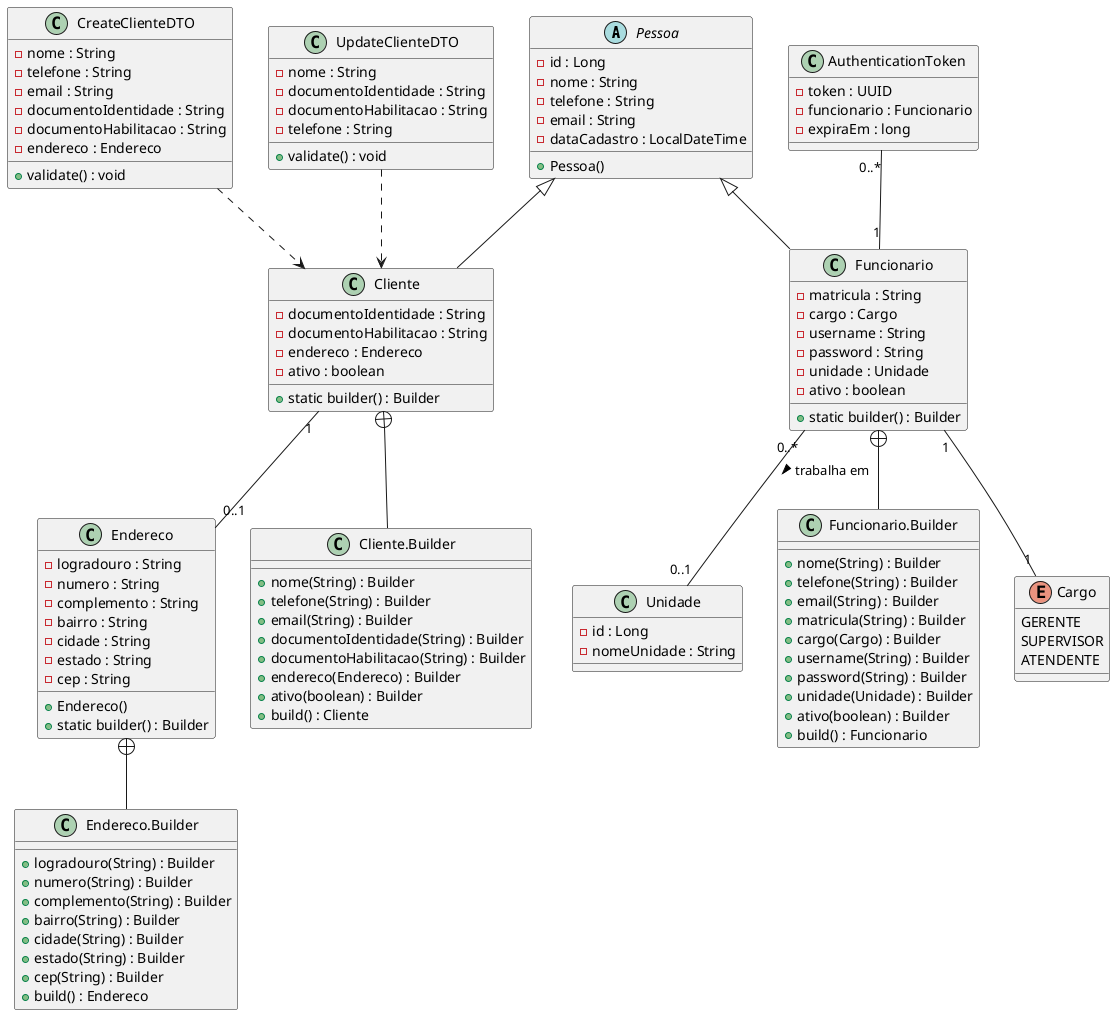
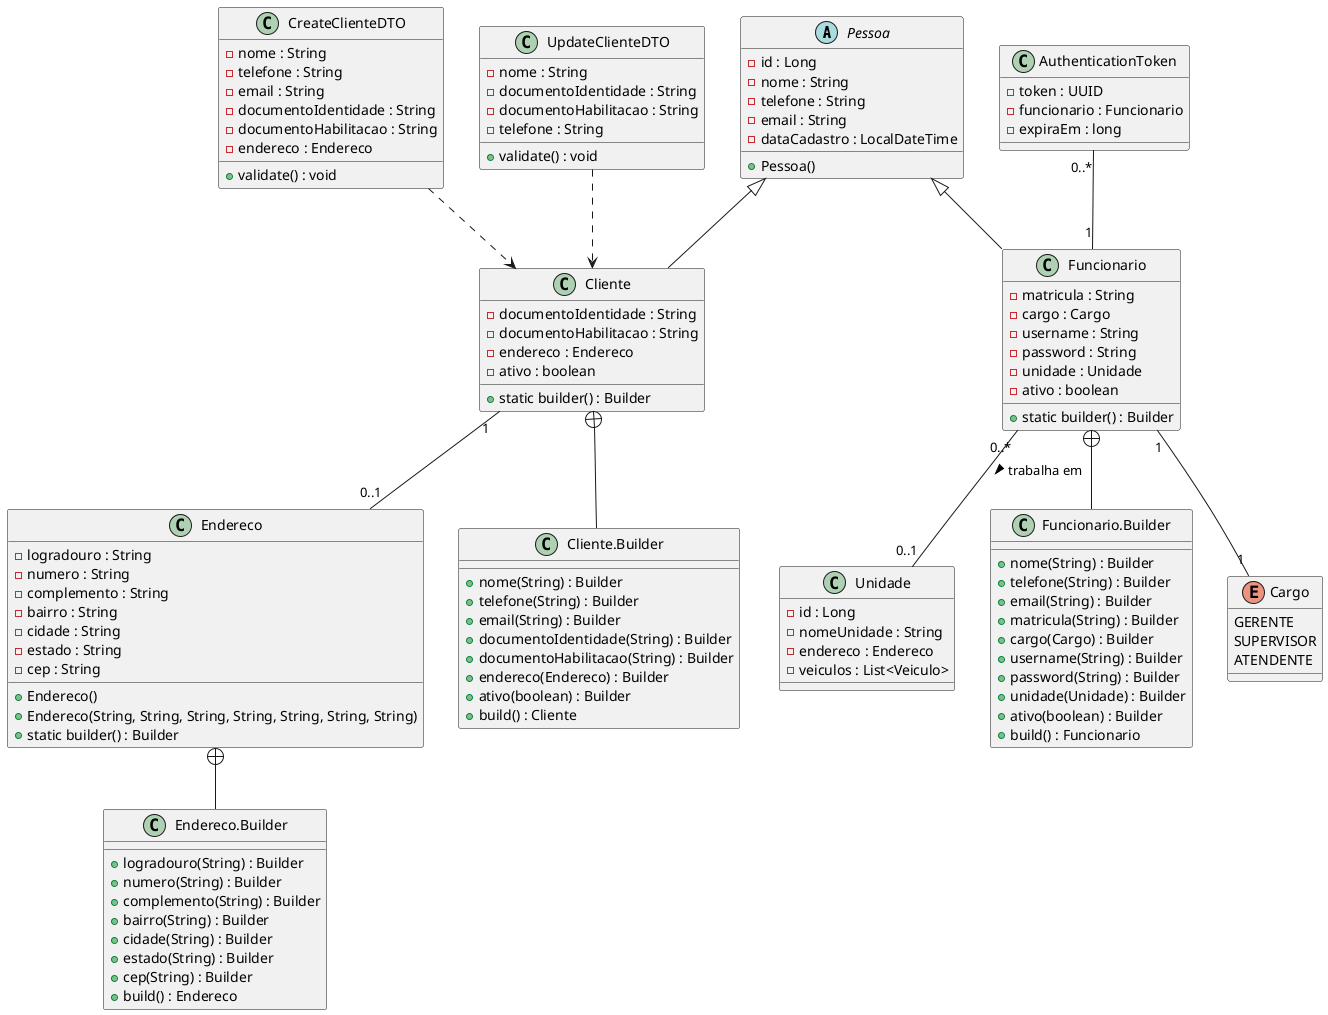
@startuml

abstract class Pessoa {
  - id : Long
  - nome : String
  - telefone : String
  - email : String
  - dataCadastro : LocalDateTime
  + Pessoa()
}

class Cliente {
  - documentoIdentidade : String
  - documentoHabilitacao : String
  - endereco : Endereco
  - ativo : boolean
  + static builder() : Builder
}

class "Cliente.Builder" as ClienteBuilder {
  + nome(String) : Builder
  + telefone(String) : Builder
  + email(String) : Builder
  + documentoIdentidade(String) : Builder
  + documentoHabilitacao(String) : Builder
  + endereco(Endereco) : Builder
  + ativo(boolean) : Builder
  + build() : Cliente
}

class Funcionario {
  - matricula : String
  - cargo : Cargo
  - username : String
  - password : String
  - unidade : Unidade
  - ativo : boolean
  + static builder() : Builder
}

class "Funcionario.Builder" as FuncionarioBuilder {
  + nome(String) : Builder
  + telefone(String) : Builder
  + email(String) : Builder
  + matricula(String) : Builder
  + cargo(Cargo) : Builder
  + username(String) : Builder
  + password(String) : Builder
  + unidade(Unidade) : Builder
  + ativo(boolean) : Builder
  + build() : Funcionario
}

enum Cargo {
  GERENTE
  SUPERVISOR
  ATENDENTE
}

class Unidade {
  - id : Long
  - nomeUnidade : String
+   - endereco : Endereco
+   - veiculos : List<Veiculo>
}

class AuthenticationToken {
  - token : UUID
  - funcionario : Funcionario
  - expiraEm : long
}

class Endereco {
  - logradouro : String
  - numero : String
  - complemento : String
  - bairro : String
  - cidade : String
  - estado : String
  - cep : String
  + Endereco()
+   + Endereco(String, String, String, String, String, String, String)
  + static builder() : Builder
}

class "Endereco.Builder" as EnderecoBuilder {
  + logradouro(String) : Builder
  + numero(String) : Builder
  + complemento(String) : Builder
  + bairro(String) : Builder
  + cidade(String) : Builder
  + estado(String) : Builder
  + cep(String) : Builder
  + build() : Endereco
}

class CreateClienteDTO {
  - nome : String
  - telefone : String
  - email : String
  - documentoIdentidade : String
  - documentoHabilitacao : String
  - endereco : Endereco
  + validate() : void
}

class UpdateClienteDTO {
  - nome : String
  - documentoIdentidade : String
  - documentoHabilitacao : String
  - telefone : String
  + validate() : void
}

Pessoa <|-- Cliente
Pessoa <|-- Funcionario
Funcionario "1" -- "1" Cargo
Funcionario "0..*" -- "0..1" Unidade : trabalha em >
AuthenticationToken "0..*" -- "1" Funcionario
Cliente "1" -- "0..1" Endereco
Cliente +-- ClienteBuilder
Funcionario +-- FuncionarioBuilder
Endereco +-- EnderecoBuilder
CreateClienteDTO ..> Cliente
UpdateClienteDTO ..> Cliente

@enduml
